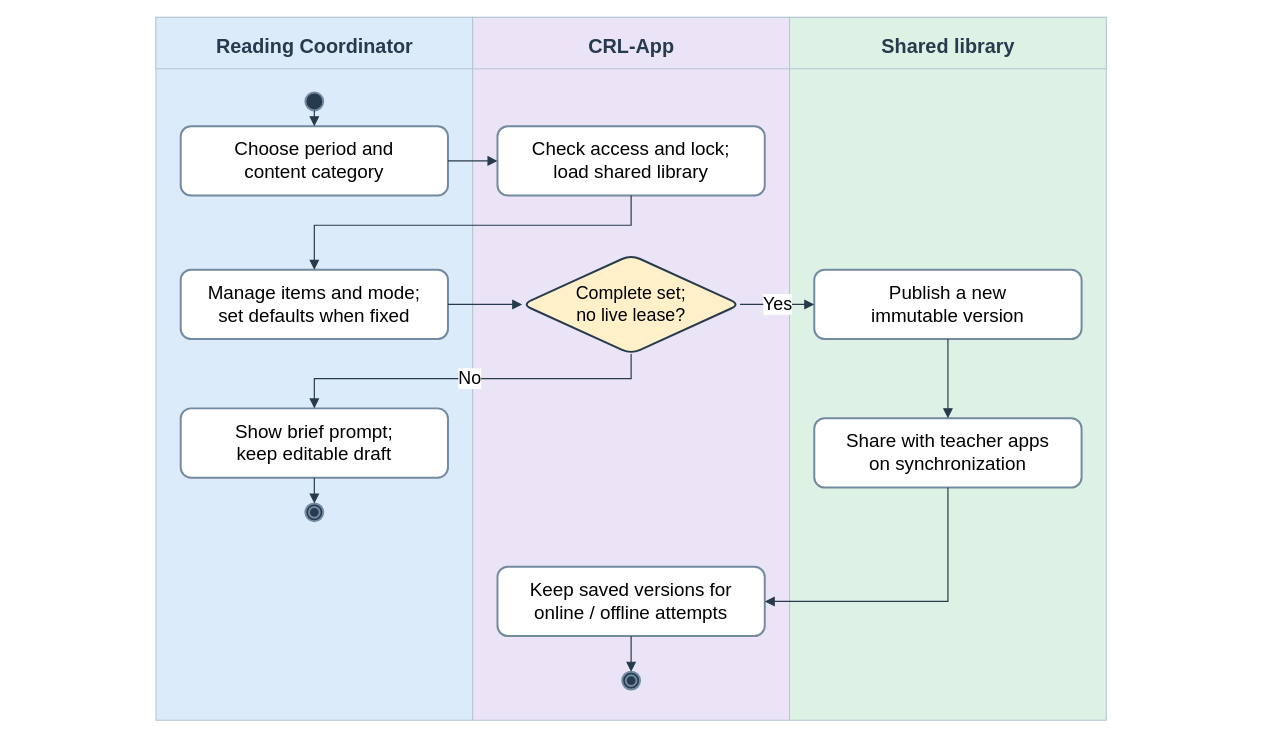
This is docs/diagrams/class-workspaces/figure-17-content-management.drawio from AkuSayangKamuJudaSayang/crl-app, a draw.io file, before an edit. Source tidied: cells renumbered, new cells numbered last; positions are measured from the earlier drawing's top-left corner, leaving out a move shared by most shapes. Both pictures are drawn from the tidied source at 99%, with x=0, y=0 at pixel (17, 17).
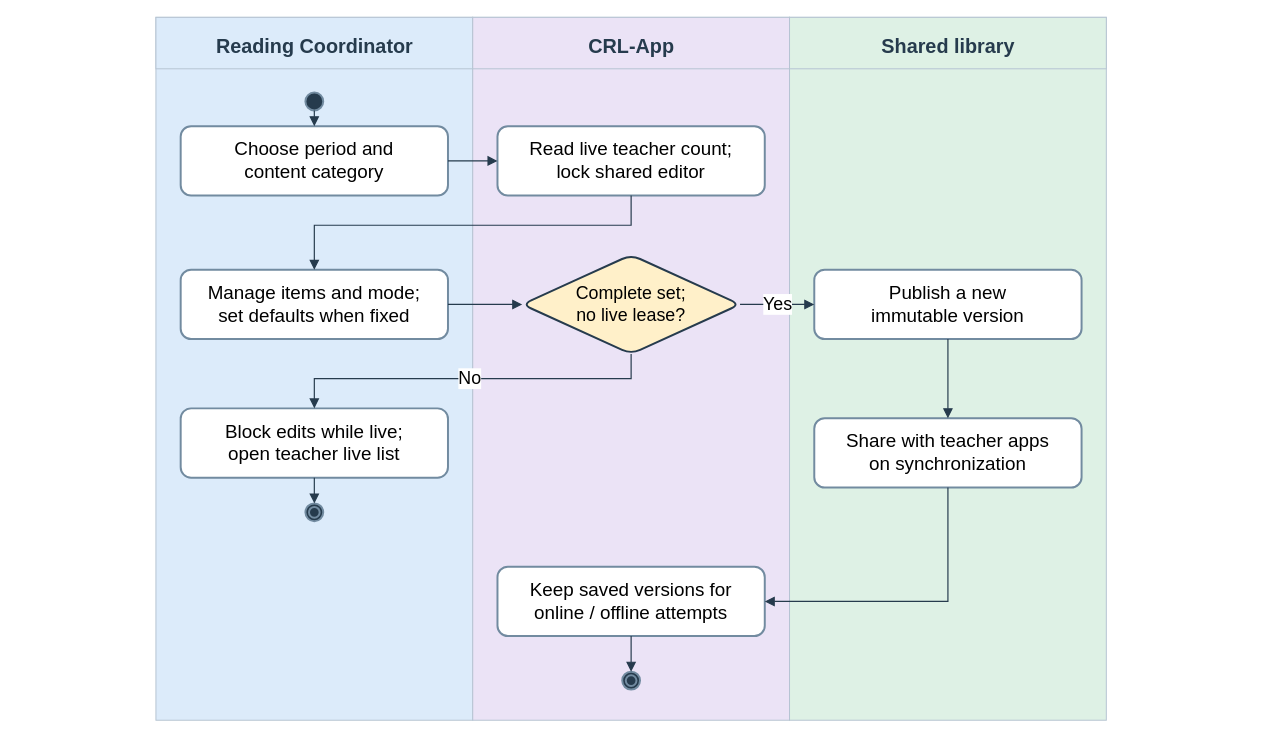
The same diagram, later.

The edit, as a diff of the source:
```diff
@@
-    <mxCell id="13" value="Check access and lock;&lt;br&gt;load shared library" style="rounded=1;whiteSpace=wrap;html=1;fontFamily=Arial;fillColor=#ffffff;strokeColor=#728ba0;strokeWidth=2;fontSize=19;" parent="1" vertex="1">
+    <mxCell id="13" value="Read live teacher count;&lt;br&gt;lock shared editor" style="rounded=1;whiteSpace=wrap;html=1;fontFamily=Arial;fillColor=#ffffff;strokeColor=#728ba0;strokeWidth=2;fontSize=19;" parent="1" vertex="1">
       <mxGeometry x="485" y="110" width="270" height="70" as="geometry" />
     </mxCell>
@@
-    <mxCell id="16" value="Show brief prompt;&lt;br&gt;keep editable draft" style="rounded=1;whiteSpace=wrap;html=1;fontFamily=Arial;fillColor=#ffffff;strokeColor=#728ba0;strokeWidth=2;fontSize=19;" parent="1" vertex="1">
+    <mxCell id="16" value="Block edits while live;&lt;br&gt;open teacher live list" style="rounded=1;whiteSpace=wrap;html=1;fontFamily=Arial;fillColor=#ffffff;strokeColor=#728ba0;strokeWidth=2;fontSize=19;" parent="1" vertex="1">
       <mxGeometry x="165" y="395" width="270" height="70" as="geometry" />
     </mxCell>
```
